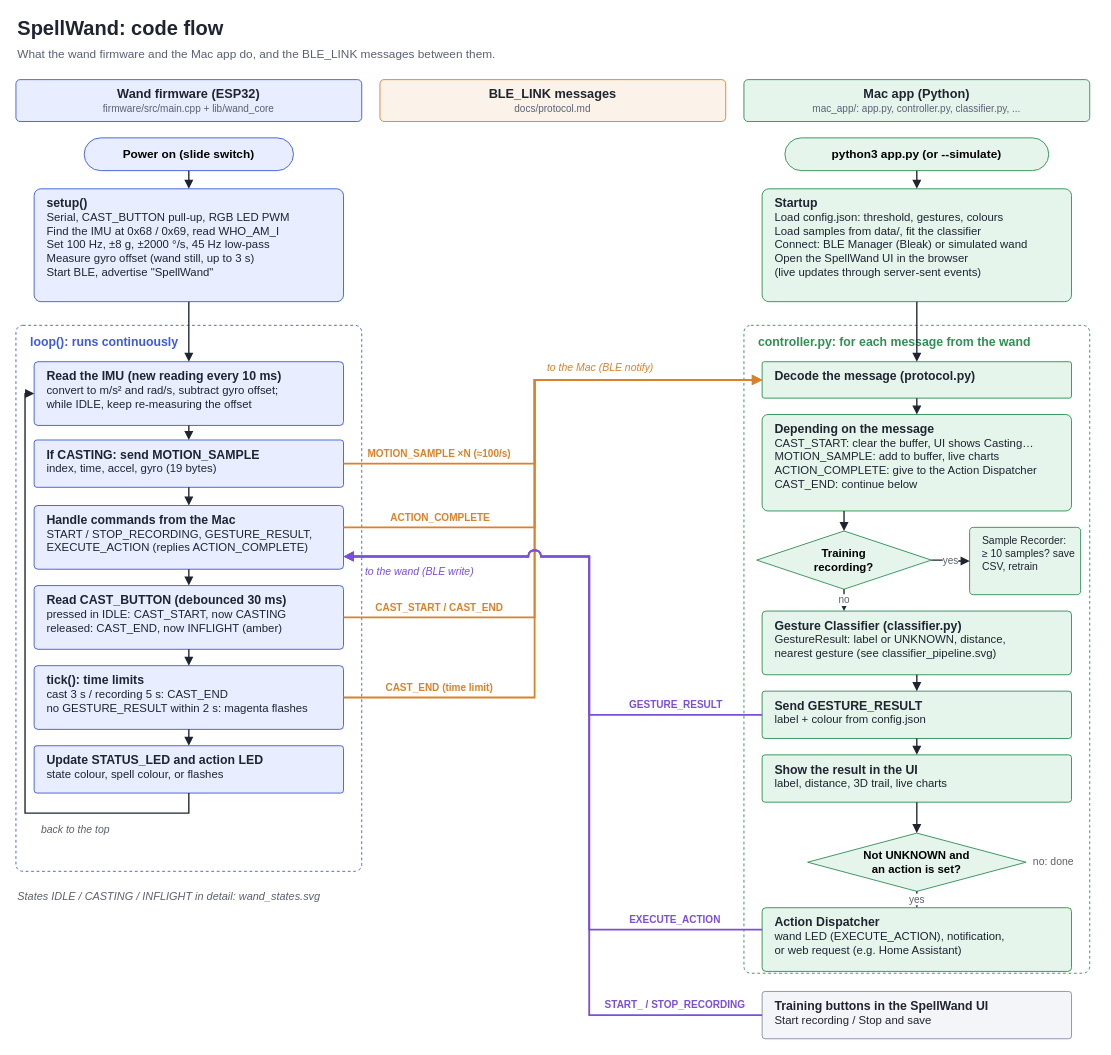
The draw.io diagram docs/diagrams/code_flowchart.drawio in benjaminlinn1212/SpellWand, before the edit. Source tidied: cells renumbered, new cells numbered last; positions are measured from the earlier drawing's top-left corner, leaving out a move shared by most shapes. Both pictures are drawn from the tidied source at 91%, with x=0, y=0 at pixel (15, 15).
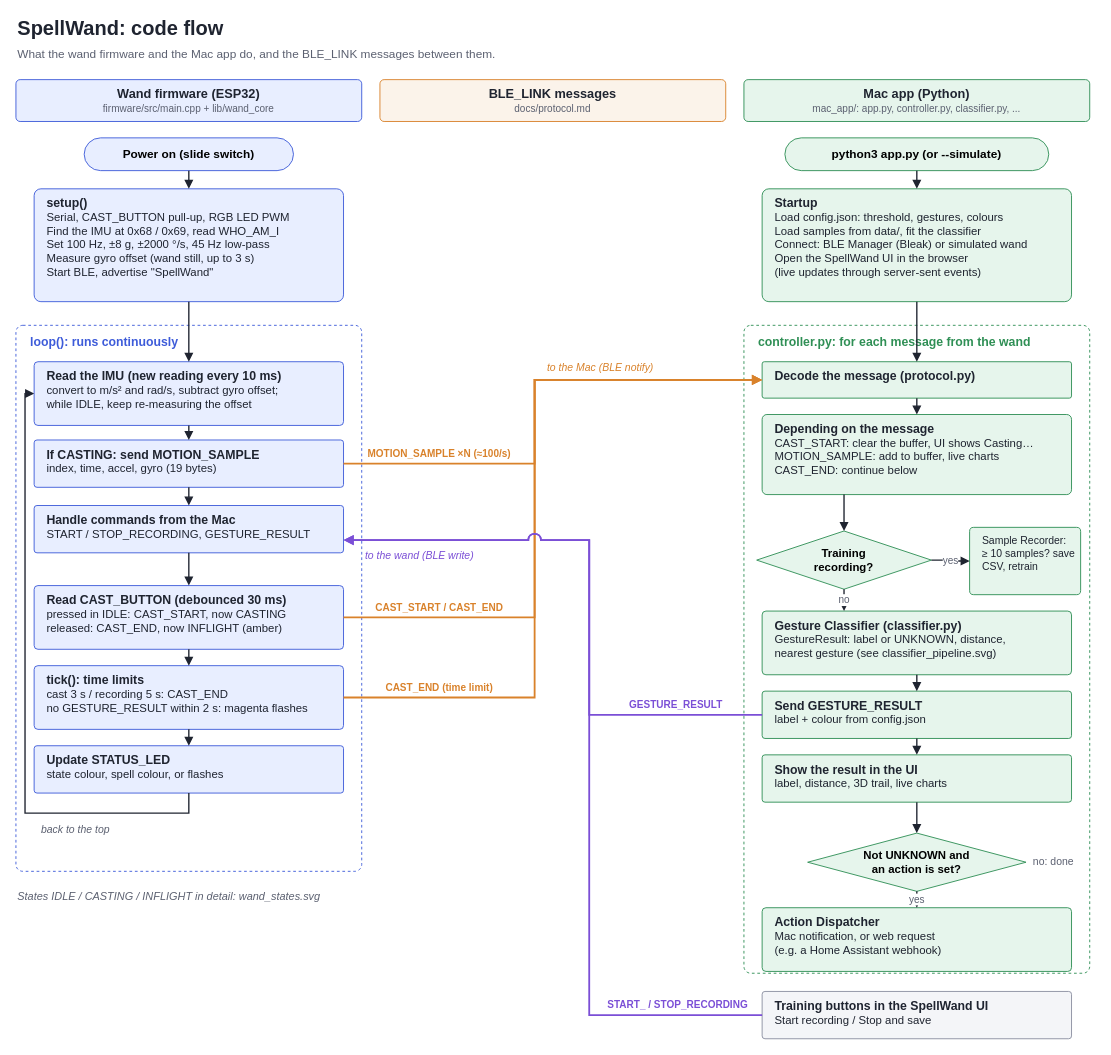
After the change.

Unchanged cells that the change refers to:
```xml
<mxCell id="18" value="&lt;b style='font-size:13.5px'&gt;Read CAST_BUTTON (debounced 30 ms)&lt;/b&gt;&lt;br&gt;pressed in IDLE: CAST_START, now CASTING&lt;br&gt;released: CAST_END, now INFLIGHT (amber)" style="rounded=1;arcSize=6;whiteSpace=wrap;html=1;fillColor=#e8eeff;strokeColor=#3d5bd9;align=left;verticalAlign=top;spacingLeft=12;spacingTop=2;fontSize=12.5;fontColor=#1f2430;" parent="1" vertex="1">
  <mxGeometry x="20" y="626" width="340" height="70" as="geometry" />
</mxCell>
<mxCell id="20" value="&lt;b style='font-size:13.5px'&gt;tick(): time limits&lt;/b&gt;&lt;br&gt;cast 3 s / recording 5 s: CAST_END&lt;br&gt;no GESTURE_RESULT within 2 s: magenta flashes" style="rounded=1;arcSize=6;whiteSpace=wrap;html=1;fillColor=#e8eeff;strokeColor=#3d5bd9;align=left;verticalAlign=top;spacingLeft=12;spacingTop=2;fontSize=12.5;fontColor=#1f2430;" parent="1" vertex="1">
  <mxGeometry x="20" y="714" width="340" height="70" as="geometry" />
</mxCell>
<mxCell id="30" value="&lt;b style='font-size:13.5px'&gt;Decode the message (protocol.py)&lt;/b&gt;" style="rounded=1;arcSize=6;whiteSpace=wrap;html=1;fillColor=#e6f5ec;strokeColor=#2f8f55;align=left;verticalAlign=top;spacingLeft=12;spacingTop=2;fontSize=12.5;fontColor=#1f2430;" parent="1" vertex="1">
  <mxGeometry x="820" y="380" width="340" height="40" as="geometry" />
</mxCell>
<mxCell id="40" value="&lt;b style='font-size:13.5px'&gt;Send GESTURE_RESULT&lt;/b&gt;&lt;br&gt;label + colour from config.json" style="rounded=1;arcSize=6;whiteSpace=wrap;html=1;fillColor=#e6f5ec;strokeColor=#2f8f55;align=left;verticalAlign=top;spacingLeft=12;spacingTop=2;fontSize=12.5;fontColor=#1f2430;" parent="1" vertex="1">
  <mxGeometry x="820" y="742" width="340" height="52" as="geometry" />
</mxCell>
<mxCell id="49" value="&lt;b style='font-size:13.5px'&gt;Training buttons in the SpellWand UI&lt;/b&gt;&lt;br&gt;Start recording / Stop and save" style="rounded=1;arcSize=6;whiteSpace=wrap;html=1;fillColor=#f4f5f8;strokeColor=#8a8fa0;align=left;verticalAlign=top;spacingLeft=12;spacingTop=2;fontSize=12.5;fontColor=#1f2430;" parent="1" vertex="1">
  <mxGeometry x="820" y="1072" width="340" height="52" as="geometry" />
</mxCell>
```

Change to the diagram source:
```diff
@@
-    <mxCell id="16" value="&lt;b style='font-size:13.5px'&gt;Handle commands from the Mac&lt;/b&gt;&lt;br&gt;START / STOP_RECORDING, GESTURE_RESULT,&lt;br&gt;EXECUTE_ACTION (replies ACTION_COMPLETE)" style="rounded=1;arcSize=6;whiteSpace=wrap;html=1;fillColor=#e8eeff;strokeColor=#3d5bd9;align=left;verticalAlign=top;spacingLeft=12;spacingTop=2;fontSize=12.5;fontColor=#1f2430;" parent="1" vertex="1">
-      <mxGeometry x="20" y="538" width="340" height="70" as="geometry" />
+    <mxCell id="16" value="&lt;b style='font-size:13.5px'&gt;Handle commands from the Mac&lt;/b&gt;&lt;br&gt;START / STOP_RECORDING, GESTURE_RESULT" style="rounded=1;arcSize=6;whiteSpace=wrap;html=1;fillColor=#e8eeff;strokeColor=#3d5bd9;align=left;verticalAlign=top;spacingLeft=12;spacingTop=2;fontSize=12.5;fontColor=#1f2430;" parent="1" vertex="1">
+      <mxGeometry x="20" y="538" width="340" height="52" as="geometry" />
     </mxCell>
@@
-    <mxCell id="22" value="&lt;b style='font-size:13.5px'&gt;Update STATUS_LED and action LED&lt;/b&gt;&lt;br&gt;state colour, spell colour, or flashes" style="rounded=1;arcSize=6;whiteSpace=wrap;html=1;fillColor=#e8eeff;strokeColor=#3d5bd9;align=left;verticalAlign=top;spacingLeft=12;spacingTop=2;fontSize=12.5;fontColor=#1f2430;" parent="1" vertex="1">
+    <mxCell id="22" value="&lt;b style='font-size:13.5px'&gt;Update STATUS_LED&lt;/b&gt;&lt;br&gt;state colour, spell colour, or flashes" style="rounded=1;arcSize=6;whiteSpace=wrap;html=1;fillColor=#e8eeff;strokeColor=#3d5bd9;align=left;verticalAlign=top;spacingLeft=12;spacingTop=2;fontSize=12.5;fontColor=#1f2430;" parent="1" vertex="1">
       <mxGeometry x="20" y="802" width="340" height="52" as="geometry" />
     </mxCell>
@@
-    <mxCell id="32" value="&lt;b style='font-size:13.5px'&gt;Depending on the message&lt;/b&gt;&lt;br&gt;CAST_START: clear the buffer, UI shows Casting…&lt;br&gt;MOTION_SAMPLE: add to buffer, live charts&lt;br&gt;ACTION_COMPLETE: give to the Action Dispatcher&lt;br&gt;CAST_END: continue below" style="rounded=1;arcSize=6;whiteSpace=wrap;html=1;fillColor=#e6f5ec;strokeColor=#2f8f55;align=left;verticalAlign=top;spacingLeft=12;spacingTop=2;fontSize=12.5;fontColor=#1f2430;" parent="1" vertex="1">
-      <mxGeometry x="820" y="438" width="340" height="106" as="geometry" />
+    <mxCell id="32" value="&lt;b style='font-size:13.5px'&gt;Depending on the message&lt;/b&gt;&lt;br&gt;CAST_START: clear the buffer, UI shows Casting…&lt;br&gt;MOTION_SAMPLE: add to buffer, live charts&lt;br&gt;CAST_END: continue below" style="rounded=1;arcSize=6;whiteSpace=wrap;html=1;fillColor=#e6f5ec;strokeColor=#2f8f55;align=left;verticalAlign=top;spacingLeft=12;spacingTop=2;fontSize=12.5;fontColor=#1f2430;" parent="1" vertex="1">
+      <mxGeometry x="820" y="438" width="340" height="88" as="geometry" />
     </mxCell>
@@
-    <mxCell id="47" value="&lt;b style='font-size:13.5px'&gt;Action Dispatcher&lt;/b&gt;&lt;br&gt;wand LED (EXECUTE_ACTION), notification,&lt;br&gt;or web request (e.g. Home Assistant)" style="rounded=1;arcSize=6;whiteSpace=wrap;html=1;fillColor=#e6f5ec;strokeColor=#2f8f55;align=left;verticalAlign=top;spacingLeft=12;spacingTop=2;fontSize=12.5;fontColor=#1f2430;" parent="1" vertex="1">
+    <mxCell id="47" value="&lt;b style='font-size:13.5px'&gt;Action Dispatcher&lt;/b&gt;&lt;br&gt;Mac notification, or web request&lt;br&gt;(e.g. a Home Assistant webhook)" style="rounded=1;arcSize=6;whiteSpace=wrap;html=1;fillColor=#e6f5ec;strokeColor=#2f8f55;align=left;verticalAlign=top;spacingLeft=12;spacingTop=2;fontSize=12.5;fontColor=#1f2430;" parent="1" vertex="1">
       <mxGeometry x="820" y="980" width="340" height="70" as="geometry" />
     </mxCell>
@@
-    <mxCell id="51" value="ACTION_COMPLETE" style="edgeStyle=orthogonalEdgeStyle;rounded=0;html=1;endArrow=block;endFill=1;strokeWidth=2;fontSize=11;fontStyle=1;labelBackgroundColor=#ffffff;strokeColor=#d9822b;fontColor=#d9822b;exitX=1;exitY=0.3429;exitDx=0;exitDy=0;exitPerimeter=0;entryX=0;entryY=0.5;entryDx=0;entryDy=0;entryPerimeter=0;" parent="1" edge="1" source="16" target="30">
-      <mxGeometry x="-0.66" relative="1" as="geometry">
+    <mxCell id="51" value="CAST_START / CAST_END" style="edgeStyle=orthogonalEdgeStyle;rounded=0;html=1;endArrow=block;endFill=1;strokeWidth=2;fontSize=11;fontStyle=1;labelBackgroundColor=#ffffff;strokeColor=#d9822b;fontColor=#d9822b;exitX=1;exitY=0.5;exitDx=0;exitDy=0;exitPerimeter=0;entryX=0;entryY=0.5;entryDx=0;entryDy=0;entryPerimeter=0;" parent="1" edge="1" source="18" target="30">
+      <mxGeometry x="-0.71" relative="1" as="geometry">
         <Array as="points">
-          <mxPoint x="570" y="562" />
+          <mxPoint x="570" y="661" />
           <mxPoint x="570" y="400" />
         </Array>
         <mxPoint y="-11" as="offset" />
       </mxGeometry>
     </mxCell>
-    <mxCell id="52" value="CAST_START / CAST_END" style="edgeStyle=orthogonalEdgeStyle;rounded=0;html=1;endArrow=block;endFill=1;strokeWidth=2;fontSize=11;fontStyle=1;labelBackgroundColor=#ffffff;strokeColor=#d9822b;fontColor=#d9822b;exitX=1;exitY=0.5;exitDx=0;exitDy=0;exitPerimeter=0;entryX=0;entryY=0.5;entryDx=0;entryDy=0;entryPerimeter=0;" parent="1" edge="1" source="18" target="30">
-      <mxGeometry x="-0.71" relative="1" as="geometry">
+    <mxCell id="52" value="CAST_END (time limit)" style="edgeStyle=orthogonalEdgeStyle;rounded=0;html=1;endArrow=block;endFill=1;strokeWidth=2;fontSize=11;fontStyle=1;labelBackgroundColor=#ffffff;strokeColor=#d9822b;fontColor=#d9822b;exitX=1;exitY=0.5;exitDx=0;exitDy=0;exitPerimeter=0;entryX=0;entryY=0.5;entryDx=0;entryDy=0;entryPerimeter=0;" parent="1" edge="1" source="20" target="30">
+      <mxGeometry x="-0.74" relative="1" as="geometry">
         <Array as="points">
-          <mxPoint x="570" y="661" />
+          <mxPoint x="570" y="749" />
           <mxPoint x="570" y="400" />
         </Array>
         <mxPoint y="-11" as="offset" />
       </mxGeometry>
     </mxCell>
-    <mxCell id="53" value="CAST_END (time limit)" style="edgeStyle=orthogonalEdgeStyle;rounded=0;html=1;endArrow=block;endFill=1;strokeWidth=2;fontSize=11;fontStyle=1;labelBackgroundColor=#ffffff;strokeColor=#d9822b;fontColor=#d9822b;exitX=1;exitY=0.5;exitDx=0;exitDy=0;exitPerimeter=0;entryX=0;entryY=0.5;entryDx=0;entryDy=0;entryPerimeter=0;" parent="1" edge="1" source="20" target="30">
-      <mxGeometry x="-0.74" relative="1" as="geometry">
-        <Array as="points">
-          <mxPoint x="570" y="749" />
-          <mxPoint x="570" y="400" />
-        </Array>
-        <mxPoint y="-11" as="offset" />
-      </mxGeometry>
+    <mxCell id="53" value="to the Mac (BLE notify)" style="text;html=1;whiteSpace=wrap;align=left;verticalAlign=middle;fontSize=11.5;fontColor=#d9822b;fontStyle=2;" parent="1" vertex="1">
+      <mxGeometry x="582" y="378" width="200" height="18" as="geometry" />
     </mxCell>
-    <mxCell id="54" value="to the Mac (BLE notify)" style="text;html=1;whiteSpace=wrap;align=left;verticalAlign=middle;fontSize=11.5;fontColor=#d9822b;fontStyle=2;" parent="1" vertex="1">
-      <mxGeometry x="582" y="378" width="200" height="18" as="geometry" />
+    <mxCell id="54" value="GESTURE_RESULT" style="edgeStyle=orthogonalEdgeStyle;rounded=0;html=1;endArrow=block;endFill=1;strokeWidth=2;fontSize=11;fontStyle=1;labelBackgroundColor=#ffffff;strokeColor=#7b4fd6;fontColor=#7b4fd6;jumpStyle=arc;jumpSize=12;exitX=0;exitY=0.5;exitDx=0;exitDy=0;exitPerimeter=0;entryX=1;entryY=0.7308;entryDx=0;entryDy=0;entryPerimeter=0;" parent="1" edge="1" source="40" target="16">
+      <mxGeometry x="-0.71" relative="1" as="geometry">
+        <Array as="points">
+          <mxPoint x="630" y="768" />
+          <mxPoint x="630" y="576" />
+        </Array>
+        <mxPoint y="-11" as="offset" />
+      </mxGeometry>
     </mxCell>
-    <mxCell id="55" value="GESTURE_RESULT" style="edgeStyle=orthogonalEdgeStyle;rounded=0;html=1;endArrow=block;endFill=1;strokeWidth=2;fontSize=11;fontStyle=1;labelBackgroundColor=#ffffff;strokeColor=#7b4fd6;fontColor=#7b4fd6;jumpStyle=arc;jumpSize=12;exitX=0;exitY=0.5;exitDx=0;exitDy=0;exitPerimeter=0;entryX=1;entryY=0.8;entryDx=0;entryDy=0;entryPerimeter=0;" parent="1" edge="1" source="40" target="16">
-      <mxGeometry x="-0.7" relative="1" as="geometry">
+    <mxCell id="55" value="START_ / STOP_RECORDING" style="edgeStyle=orthogonalEdgeStyle;rounded=0;html=1;endArrow=block;endFill=1;strokeWidth=2;fontSize=11;fontStyle=1;labelBackgroundColor=#ffffff;strokeColor=#7b4fd6;fontColor=#7b4fd6;jumpStyle=arc;jumpSize=12;exitX=0;exitY=0.5;exitDx=0;exitDy=0;exitPerimeter=0;entryX=1;entryY=0.7308;entryDx=0;entryDy=0;entryPerimeter=0;" parent="1" edge="1" source="49" target="16">
+      <mxGeometry x="-0.81" relative="1" as="geometry">
         <Array as="points">
-          <mxPoint x="630" y="768" />
-          <mxPoint x="630" y="594" />
+          <mxPoint x="630" y="1098" />
+          <mxPoint x="630" y="576" />
         </Array>
         <mxPoint y="-11" as="offset" />
       </mxGeometry>
     </mxCell>
-    <mxCell id="56" value="EXECUTE_ACTION" style="edgeStyle=orthogonalEdgeStyle;rounded=0;html=1;endArrow=block;endFill=1;strokeWidth=2;fontSize=11;fontStyle=1;labelBackgroundColor=#ffffff;strokeColor=#7b4fd6;fontColor=#7b4fd6;jumpStyle=arc;jumpSize=12;exitX=0;exitY=0.3429;exitDx=0;exitDy=0;exitPerimeter=0;entryX=1;entryY=0.8;entryDx=0;entryDy=0;entryPerimeter=0;" parent="1" edge="1" source="47" target="16">
-      <mxGeometry x="-0.78" relative="1" as="geometry">
-        <Array as="points">
-          <mxPoint x="630" y="1004" />
-          <mxPoint x="630" y="594" />
-        </Array>
-        <mxPoint y="-11" as="offset" />
-      </mxGeometry>
+    <mxCell id="56" value="to the wand (BLE write)" style="text;html=1;whiteSpace=wrap;align=left;verticalAlign=middle;fontSize=11.5;fontColor=#7b4fd6;fontStyle=2;" parent="1" vertex="1">
+      <mxGeometry x="382" y="584" width="160" height="18" as="geometry" />
     </mxCell>
-    <mxCell id="57" value="START_ / STOP_RECORDING" style="edgeStyle=orthogonalEdgeStyle;rounded=0;html=1;endArrow=block;endFill=1;strokeWidth=2;fontSize=11;fontStyle=1;labelBackgroundColor=#ffffff;strokeColor=#7b4fd6;fontColor=#7b4fd6;jumpStyle=arc;jumpSize=12;exitX=0;exitY=0.5;exitDx=0;exitDy=0;exitPerimeter=0;entryX=1;entryY=0.8;entryDx=0;entryDy=0;entryPerimeter=0;" parent="1" edge="1" source="49" target="16">
-      <mxGeometry x="-0.8" relative="1" as="geometry">
-        <Array as="points">
-          <mxPoint x="630" y="1098" />
-          <mxPoint x="630" y="594" />
-        </Array>
-        <mxPoint y="-11" as="offset" />
-      </mxGeometry>
-    </mxCell>
-    <mxCell id="58" value="to the wand (BLE write)" style="text;html=1;whiteSpace=wrap;align=left;verticalAlign=middle;fontSize=11.5;fontColor=#7b4fd6;fontStyle=2;" parent="1" vertex="1">
-      <mxGeometry x="382" y="602" width="160" height="18" as="geometry" />
-    </mxCell>
```
